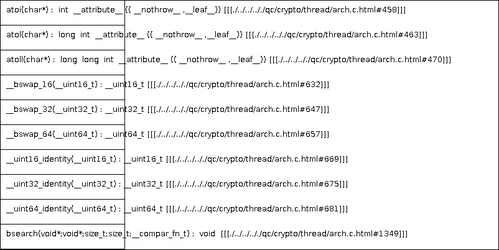
Earlier version of the PlantUML export docs/qc/crypto/thread/arch.c.png (qualitesys/openssl). Its source is kept beside it as docs/qc/crypto/thread/arch.c.puml.
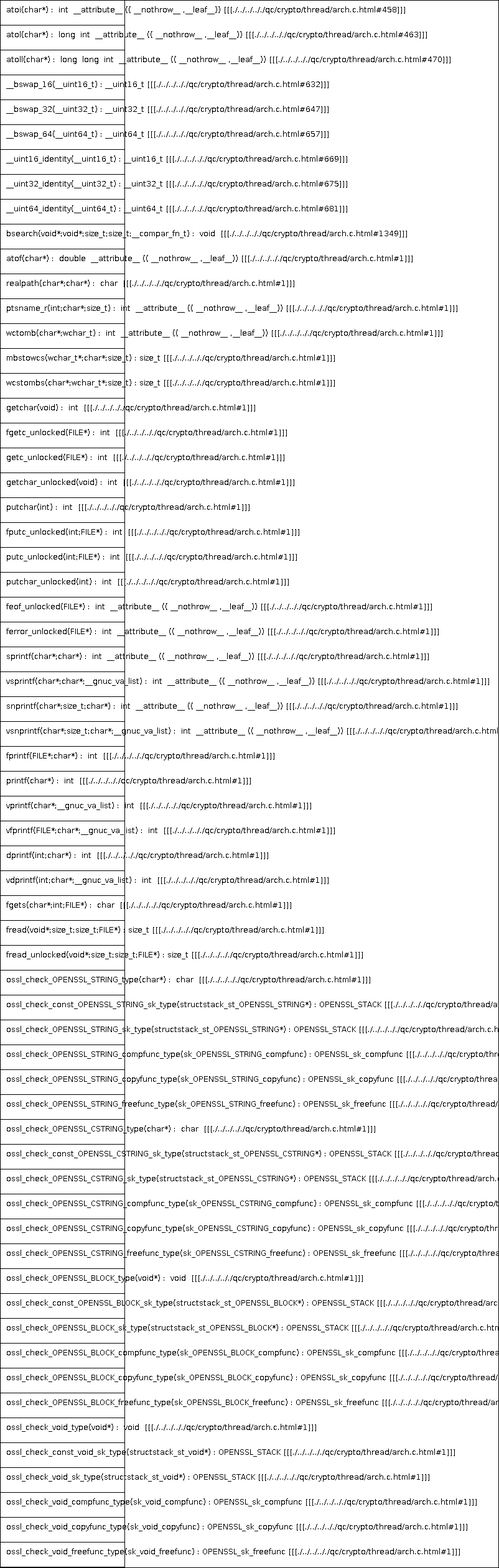
The same file after the commit.

What changed in the source:
```diff
@@ -11,5 +11,58 @@
 __uint32_identity(__uint32_t) : __uint32_t [[[./../../.././qc/crypto/thread/arch.c.html#675]]]
 __uint64_identity(__uint64_t) : __uint64_t [[[./../../.././qc/crypto/thread/arch.c.html#681]]]
 bsearch(void*;void*;size_t;size_t;__compar_fn_t) :  void  [[[./../../.././qc/crypto/thread/arch.c.html#1349]]]
+atof(char*) :  double  __attribute__ (( __nothrow__ ,__leaf__)) [[[./../../.././qc/crypto/thread/arch.c.html#1]]]
+realpath(char*;char*) :  char  [[[./../../.././qc/crypto/thread/arch.c.html#1]]]
+ptsname_r(int;char*;size_t) :  int  __attribute__ (( __nothrow__ ,__leaf__)) [[[./../../.././qc/crypto/thread/arch.c.html#1]]]
+wctomb(char*;wchar_t) :  int  __attribute__ (( __nothrow__ ,__leaf__)) [[[./../../.././qc/crypto/thread/arch.c.html#1]]]
+mbstowcs(wchar_t*;char*;size_t) : size_t [[[./../../.././qc/crypto/thread/arch.c.html#1]]]
+wcstombs(char*;wchar_t*;size_t) : size_t [[[./../../.././qc/crypto/thread/arch.c.html#1]]]
+getchar(void) :  int  [[[./../../.././qc/crypto/thread/arch.c.html#1]]]
+fgetc_unlocked(FILE*) :  int  [[[./../../.././qc/crypto/thread/arch.c.html#1]]]
+getc_unlocked(FILE*) :  int  [[[./../../.././qc/crypto/thread/arch.c.html#1]]]
+getchar_unlocked(void) :  int  [[[./../../.././qc/crypto/thread/arch.c.html#1]]]
+putchar(int) :  int  [[[./../../.././qc/crypto/thread/arch.c.html#1]]]
+fputc_unlocked(int;FILE*) :  int  [[[./../../.././qc/crypto/thread/arch.c.html#1]]]
+putc_unlocked(int;FILE*) :  int  [[[./../../.././qc/crypto/thread/arch.c.html#1]]]
+putchar_unlocked(int) :  int  [[[./../../.././qc/crypto/thread/arch.c.html#1]]]
+feof_unlocked(FILE*) :  int  __attribute__ (( __nothrow__ ,__leaf__)) [[[./../../.././qc/crypto/thread/arch.c.html#1]]]
+ferror_unlocked(FILE*) :  int  __attribute__ (( __nothrow__ ,__leaf__)) [[[./../../.././qc/crypto/thread/arch.c.html#1]]]
+sprintf(char*;char*) :  int  __attribute__ (( __nothrow__ ,__leaf__)) [[[./../../.././qc/crypto/thread/arch.c.html#1]]]
+vsprintf(char*;char*;__gnuc_va_list) :  int  __attribute__ (( __nothrow__ ,__leaf__)) [[[./../../.././qc/crypto/thread/arch.c.html#1]]]
+snprintf(char*;size_t;char*) :  int  __attribute__ (( __nothrow__ ,__leaf__)) [[[./../../.././qc/crypto/thread/arch.c.html#1]]]
+vsnprintf(char*;size_t;char*;__gnuc_va_list) :  int  __attribute__ (( __nothrow__ ,__leaf__)) [[[./../../.././qc/crypto/thread/arch.c.html#1]]]
+fprintf(FILE*;char*) :  int  [[[./../../.././qc/crypto/thread/arch.c.html#1]]]
+printf(char*) :  int  [[[./../../.././qc/crypto/thread/arch.c.html#1]]]
+vprintf(char*;__gnuc_va_list) :  int  [[[./../../.././qc/crypto/thread/arch.c.html#1]]]
+vfprintf(FILE*;char*;__gnuc_va_list) :  int  [[[./../../.././qc/crypto/thread/arch.c.html#1]]]
+dprintf(int;char*) :  int  [[[./../../.././qc/crypto/thread/arch.c.html#1]]]
+vdprintf(int;char*;__gnuc_va_list) :  int  [[[./../../.././qc/crypto/thread/arch.c.html#1]]]
+fgets(char*;int;FILE*) :  char  [[[./../../.././qc/crypto/thread/arch.c.html#1]]]
+fread(void*;size_t;size_t;FILE*) : size_t [[[./../../.././qc/crypto/thread/arch.c.html#1]]]
+fread_unlocked(void*;size_t;size_t;FILE*) : size_t [[[./../../.././qc/crypto/thread/arch.c.html#1]]]
+ossl_check_OPENSSL_STRING_type(char*) :  char  [[[./../../.././qc/crypto/thread/arch.c.html#1]]]
+ossl_check_const_OPENSSL_STRING_sk_type(structstack_st_OPENSSL_STRING*) : OPENSSL_STACK [[[./../../.././qc/crypto/thread/arch.c.html#1]]]
+ossl_check_OPENSSL_STRING_sk_type(structstack_st_OPENSSL_STRING*) : OPENSSL_STACK [[[./../../.././qc/crypto/thread/arch.c.html#1]]]
+ossl_check_OPENSSL_STRING_compfunc_type(sk_OPENSSL_STRING_compfunc) : OPENSSL_sk_compfunc [[[./../../.././qc/crypto/thread/arch.c.html#1]]]
+ossl_check_OPENSSL_STRING_copyfunc_type(sk_OPENSSL_STRING_copyfunc) : OPENSSL_sk_copyfunc [[[./../../.././qc/crypto/thread/arch.c.html#1]]]
+ossl_check_OPENSSL_STRING_freefunc_type(sk_OPENSSL_STRING_freefunc) : OPENSSL_sk_freefunc [[[./../../.././qc/crypto/thread/arch.c.html#1]]]
+ossl_check_OPENSSL_CSTRING_type(char*) :  char  [[[./../../.././qc/crypto/thread/arch.c.html#1]]]
+ossl_check_const_OPENSSL_CSTRING_sk_type(structstack_st_OPENSSL_CSTRING*) : OPENSSL_STACK [[[./../../.././qc/crypto/thread/arch.c.html#1]]]
+ossl_check_OPENSSL_CSTRING_sk_type(structstack_st_OPENSSL_CSTRING*) : OPENSSL_STACK [[[./../../.././qc/crypto/thread/arch.c.html#1]]]
+ossl_check_OPENSSL_CSTRING_compfunc_type(sk_OPENSSL_CSTRING_compfunc) : OPENSSL_sk_compfunc [[[./../../.././qc/crypto/thread/arch.c.html#1]]]
+ossl_check_OPENSSL_CSTRING_copyfunc_type(sk_OPENSSL_CSTRING_copyfunc) : OPENSSL_sk_copyfunc [[[./../../.././qc/crypto/thread/arch.c.html#1]]]
+ossl_check_OPENSSL_CSTRING_freefunc_type(sk_OPENSSL_CSTRING_freefunc) : OPENSSL_sk_freefunc [[[./../../.././qc/crypto/thread/arch.c.html#1]]]
+ossl_check_OPENSSL_BLOCK_type(void*) :  void  [[[./../../.././qc/crypto/thread/arch.c.html#1]]]
+ossl_check_const_OPENSSL_BLOCK_sk_type(structstack_st_OPENSSL_BLOCK*) : OPENSSL_STACK [[[./../../.././qc/crypto/thread/arch.c.html#1]]]
+ossl_check_OPENSSL_BLOCK_sk_type(structstack_st_OPENSSL_BLOCK*) : OPENSSL_STACK [[[./../../.././qc/crypto/thread/arch.c.html#1]]]
+ossl_check_OPENSSL_BLOCK_compfunc_type(sk_OPENSSL_BLOCK_compfunc) : OPENSSL_sk_compfunc [[[./../../.././qc/crypto/thread/arch.c.html#1]]]
+ossl_check_OPENSSL_BLOCK_copyfunc_type(sk_OPENSSL_BLOCK_copyfunc) : OPENSSL_sk_copyfunc [[[./../../.././qc/crypto/thread/arch.c.html#1]]]
+ossl_check_OPENSSL_BLOCK_freefunc_type(sk_OPENSSL_BLOCK_freefunc) : OPENSSL_sk_freefunc [[[./../../.././qc/crypto/thread/arch.c.html#1]]]
+ossl_check_void_type(void*) :  void  [[[./../../.././qc/crypto/thread/arch.c.html#1]]]
+ossl_check_const_void_sk_type(structstack_st_void*) : OPENSSL_STACK [[[./../../.././qc/crypto/thread/arch.c.html#1]]]
+ossl_check_void_sk_type(structstack_st_void*) : OPENSSL_STACK [[[./../../.././qc/crypto/thread/arch.c.html#1]]]
+ossl_check_void_compfunc_type(sk_void_compfunc) : OPENSSL_sk_compfunc [[[./../../.././qc/crypto/thread/arch.c.html#1]]]
+ossl_check_void_copyfunc_type(sk_void_copyfunc) : OPENSSL_sk_copyfunc [[[./../../.././qc/crypto/thread/arch.c.html#1]]]
+ossl_check_void_freefunc_type(sk_void_freefunc) : OPENSSL_sk_freefunc [[[./../../.././qc/crypto/thread/arch.c.html#1]]]
 }
 @enduml
```
